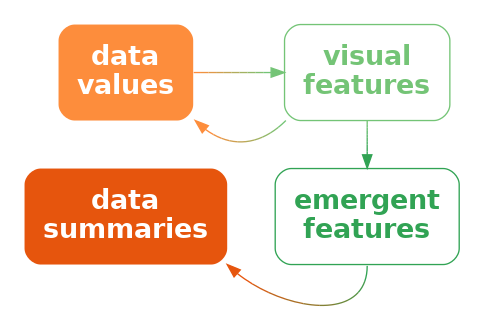
Above: Diagrams/data-vis-vis-stat.png in pmur002/hdvw (Graphviz), before the change. Its source is kept beside it as Diagrams/data-vis-vis-stat.dot.
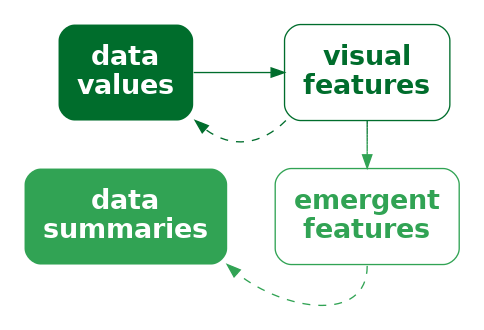
Above is the later version.

Diff of the diagram source:
```diff
@@ -1,16 +1,16 @@
 digraph {
   graph [ rankdir=LR; margin=.2; nodesep=.5 ];
   node [ fontsize=20; fontname="sans bold"; margin=.2 ];
-  data [ label="data\nvalues"; shape=box; style="filled, rounded"; penwidth=0; fontcolor=white; fillcolor="#FD8D3C" ]
-  stat [ label="data\nsummaries"; shape=box; style="filled, rounded"; penwidth=0; fontcolor=white; fillcolor="#E6550D" ]
+  data [ label="data\nvalues"; shape=box; style="filled, rounded"; penwidth=0; fontcolor=white; fillcolor="#006D2C" ]
+  stat [ label="data\nsummaries"; shape=box; style="filled, rounded"; penwidth=0; fontcolor=white; fillcolor="#31A354" ]
   vis [ label="visual\nfeatures"; shape=box;
-     style="rounded"; color="#74C476"; fontcolor="#74C476" ]
+     style="rounded"; color="#006D2C"; fontcolor="#006D2C" ]
   add [ label="emergent\nfeatures"; shape=box;
      style="rounded"; color="#31A354"; fontcolor="#31A354" ]
-  data -> vis [ style="bold"; penwidth=1; color="#FD8D3C;0.1:#EE9342;0.1:#DF9949;0.1:#CF9F4F;0.1:#C0A556;0.1:#B1AC5C;0.1:#A2B263;0.1:#92B869;0.1:#83BE70;0.1:#74C476;0.1" ]
-  vis -> add [ style="solid", color="#74C476;0.1:#6DC072;0.1:#65BD6E;0.1:#5EB96B;0.1:#56B567;0.1:#4FB263;0.1:#47AE5F;0.1:#40AA5C;0.1:#38A758;0.1:#31A354;0.1" ]
-  vis:sw -> data:se [ style="solid", color="#74C476;0.1:#83BE70;0.1:#92B869;0.1:#A2B263;0.1:#B1AC5C;0.1:#C0A556;0.1:#CF9F4F;0.1:#DF9949;0.1:#EE9342;0.1:#FD8D3C;0.1" ]
-  add:s -> stat:se [ style="solid", color="#31A354;0.1:#459A4C;0.1:#599244;0.1:#6D893C;0.1:#818034;0.1:#96782D;0.1:#AA6F25;0.1:#BE661D;0.1:#D25E15;0.1:#E6550D;0.1" ]
+  data -> vis [ style="bold"; penwidth=1; color="#006D2C" ]
+  vis -> add [ style="solid", color="#006D2C;0.1:#057330;0.1:#0B7935;0.1:#107F39;0.1:#16853E;0.1:#1B8B42;0.1:#219147;0.1:#26974B;0.1:#2C9D50;0.1:#31A354;0.1" ]
+  vis:sw -> data:se [ style="dashed", color="#006D2C" ]
+  add:s -> stat:se [ style="dashed", color="#31A354" ]
 { rank=same; data, stat }
 { rank=same; vis, add }
 }
```
